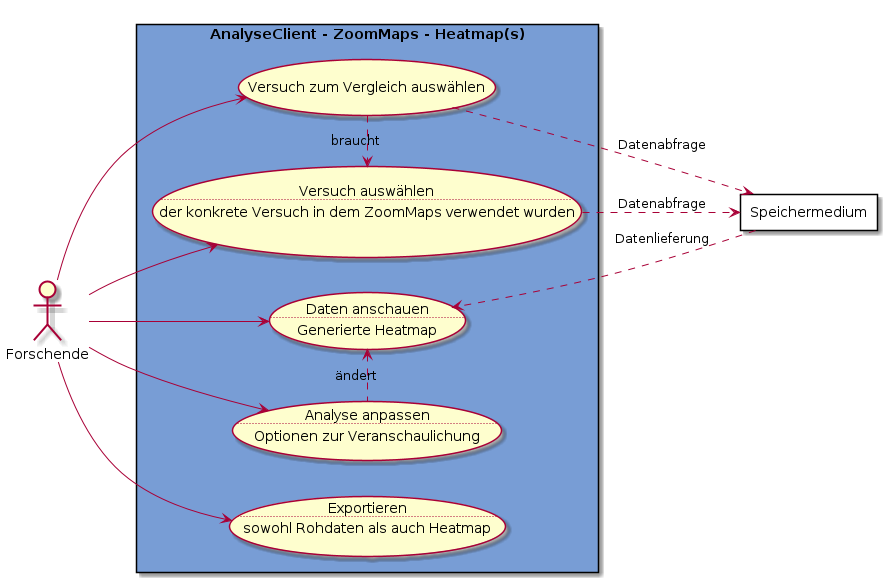
Above: meilenstein_05/usecase-analyse-zoommaps/usecase-analyse-zoommaps.png in weichware10/meilensteine (PlantUML), before the change.
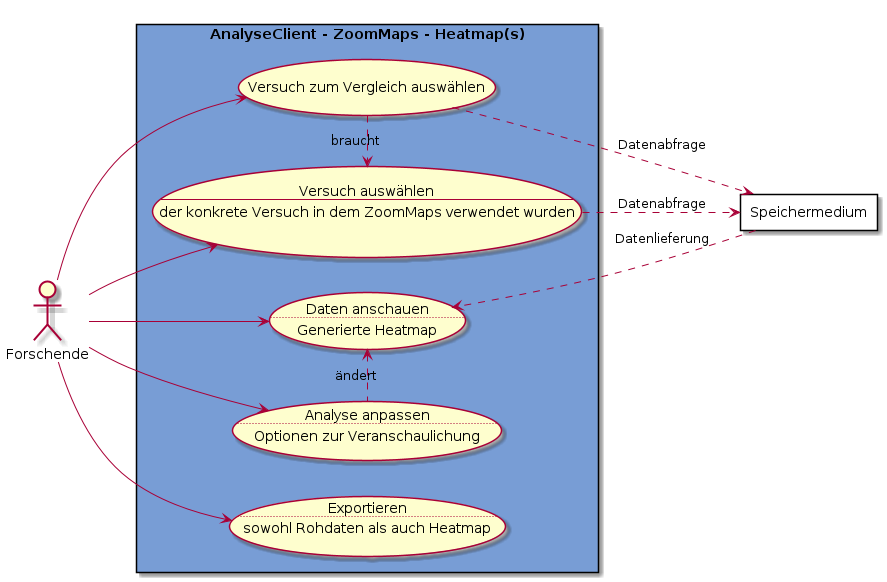
The same file after the commit.

Commit message:
rendered PNGs

Diff of the diagram source:
```diff
@@ -5,7 +5,7 @@
 
 rectangle "AnalyseClient - ZoomMaps - Heatmap(s)" #789dd5 {
     usecase va as "Versuch auswählen
-    ..
+    --
     der konkrete Versuch in dem ZoomMaps verwendet wurden"
     usecase vv as "Versuch zum Vergleich auswählen"
     usecase da as "Daten anschauen
```
